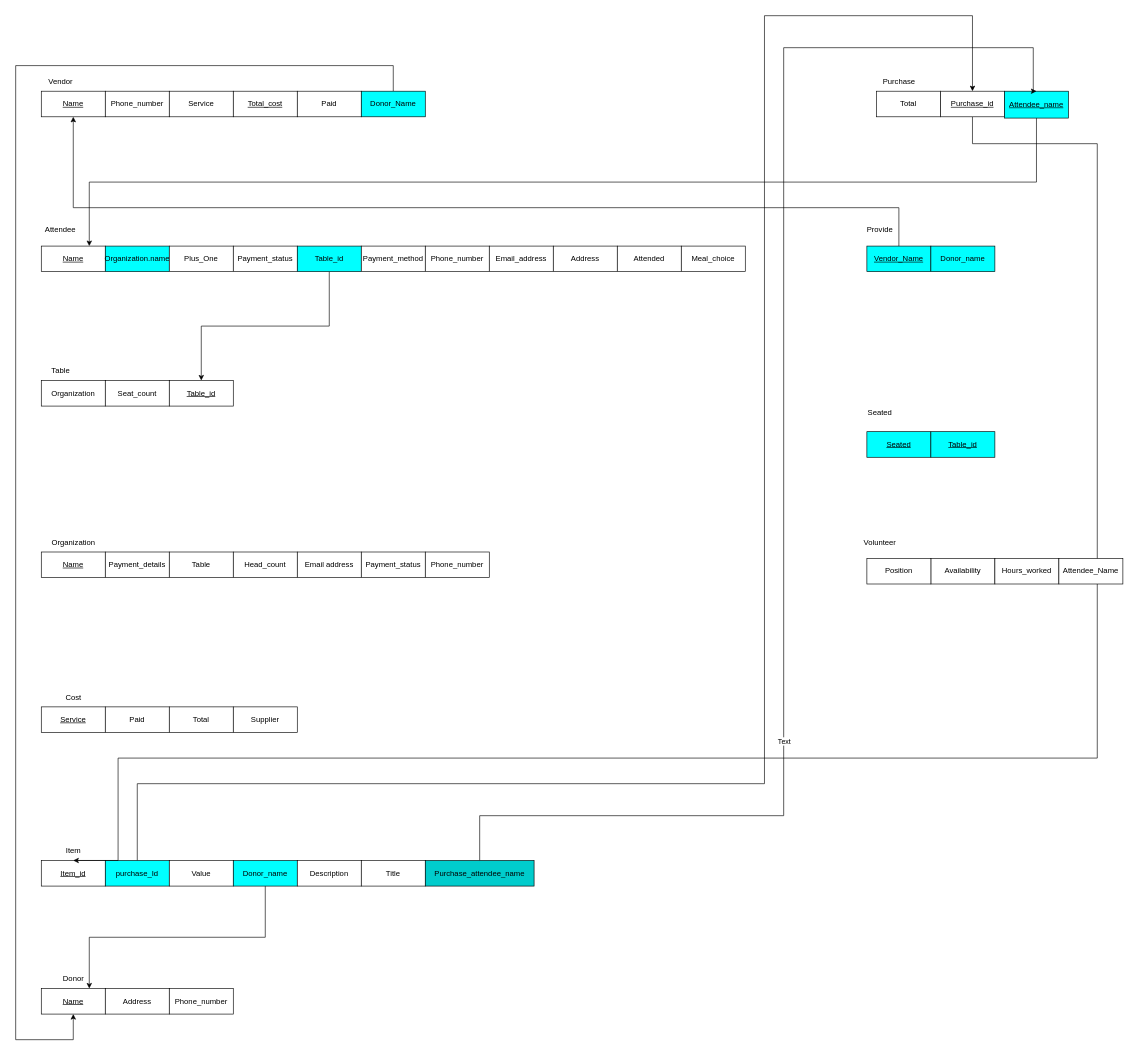
Above: RelationalModel.drawio in MigLyons/Draw.io (draw.io), before the change. Source tidied: cells renumbered, new cells numbered last; positions are measured from the earlier drawing's top-left corner, leaving out a move shared by most shapes. Both pictures are drawn from the tidied source at 64%, with x=0, y=0 at pixel (15, 15).
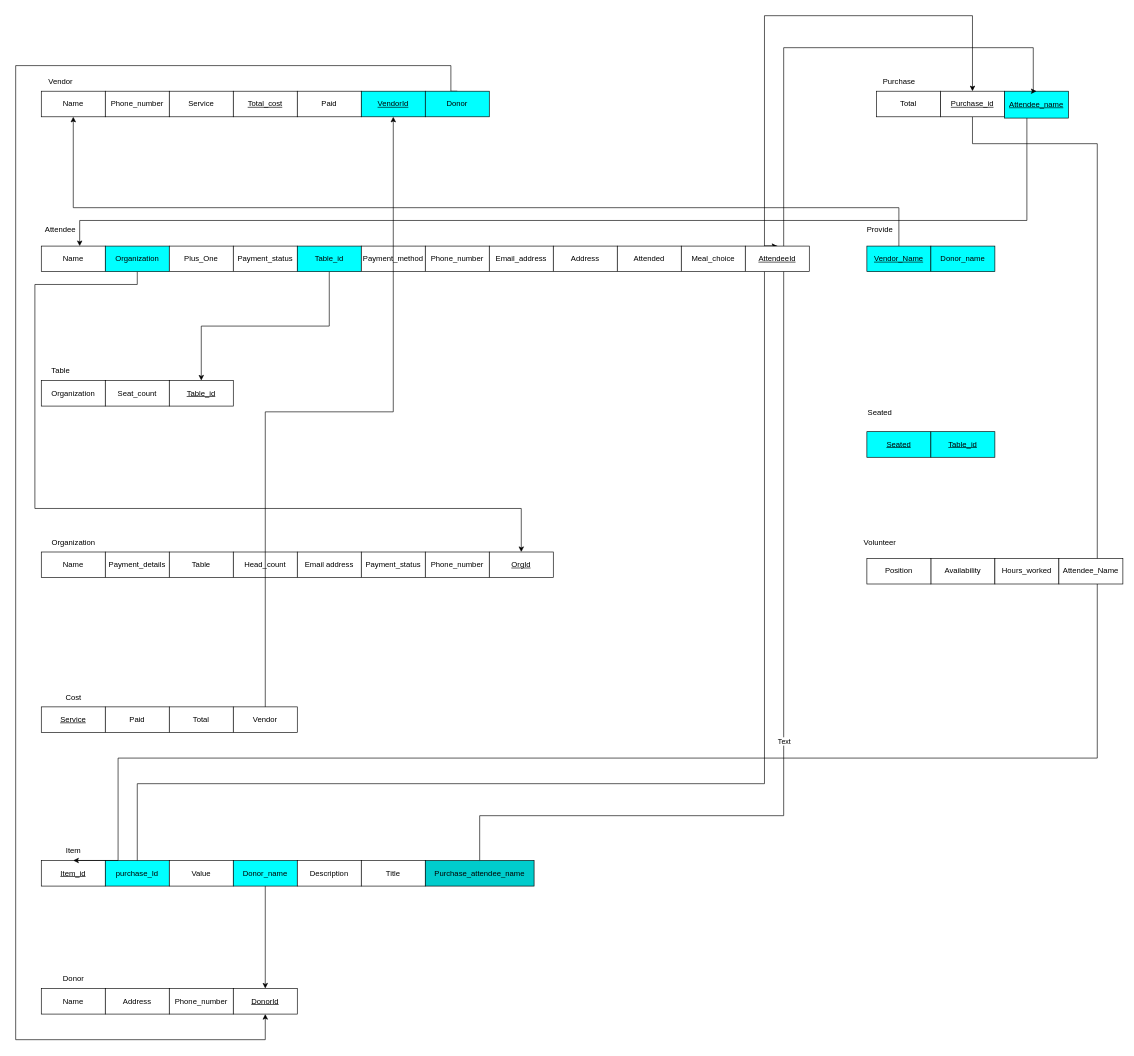
The same page after the edit.

The change refers to these unchanged cells:
```xml
<mxCell id="41" value="purchase_Id" style="rounded=0;whiteSpace=wrap;html=1;fillColor=#00FFFF;" parent="1" vertex="1">
  <mxGeometry x="140" y="1320" width="100" height="40" as="geometry" />
</mxCell>
<mxCell id="44" value="Donor_name" style="rounded=0;whiteSpace=wrap;html=1;fillColor=#00FFFF;" parent="1" vertex="1">
  <mxGeometry x="340" y="1320" width="100" height="40" as="geometry" />
</mxCell>
<mxCell id="53" value="&lt;u&gt;Purchase_id&lt;/u&gt;" style="rounded=0;whiteSpace=wrap;html=1;" parent="1" vertex="1">
  <mxGeometry x="1445" y="118" width="100" height="40" as="geometry" />
</mxCell>
<mxCell id="56" value="&lt;u&gt;Attendee_name&lt;/u&gt;" style="rounded=0;whiteSpace=wrap;html=1;fillColor=#00FFFF;" parent="1" vertex="1">
  <mxGeometry x="1545" y="118" width="100" height="42" as="geometry" />
</mxCell>
```

Change to the diagram source:
```diff
@@
-    <mxCell id="2" value="&lt;u&gt;Name&lt;/u&gt;" style="rounded=0;whiteSpace=wrap;html=1;" parent="1" vertex="1">
+    <mxCell id="2" value="Name" style="rounded=0;whiteSpace=wrap;html=1;" parent="1" vertex="1">
       <mxGeometry x="40" y="360" width="100" height="40" as="geometry" />
     </mxCell>
@@
+    <mxCell id="74" style="edgeStyle=orthogonalEdgeStyle;rounded=0;jettySize=auto;html=1;exitX=0.5;exitY=1;exitDx=0;exitDy=0;entryX=0.5;entryY=0;entryDx=0;entryDy=0;" parent="1" edge="1" source="4" target="76">
+      <mxGeometry relative="1" as="geometry">
+        <Array as="points">
+          <mxPoint x="190" y="420" />
+          <mxPoint x="30" y="420" />
+          <mxPoint x="30" y="770" />
+          <mxPoint x="790" y="770" />
+        </Array>
+      </mxGeometry>
+    </mxCell>
-    <mxCell id="4" value="Organization.name" style="rounded=0;whiteSpace=wrap;html=1;fillColor=#00FFFF;" parent="1" vertex="1">
+    <mxCell id="4" value="Organization" style="rounded=0;whiteSpace=wrap;html=1;fillColor=#00FFFF;" parent="1" vertex="1">
       <mxGeometry x="140" y="360" width="100" height="40" as="geometry" />
     </mxCell>
@@
-    <mxCell id="20" value="&lt;u&gt;Name&lt;/u&gt;" style="rounded=0;whiteSpace=wrap;html=1;" parent="1" vertex="1">
+    <mxCell id="20" value="Name" style="rounded=0;whiteSpace=wrap;html=1;" parent="1" vertex="1">
       <mxGeometry x="40" y="838" width="100" height="40" as="geometry" />
     </mxCell>
@@
-    <mxCell id="32" value="Supplier" style="rounded=0;whiteSpace=wrap;html=1;" parent="1" vertex="1">
+    <mxCell id="32" value="Vendor" style="rounded=0;whiteSpace=wrap;html=1;" parent="1" vertex="1">
       <mxGeometry x="340" y="1080" width="100" height="40" as="geometry" />
     </mxCell>
@@
-    <mxCell id="34" value="&lt;u&gt;Name&lt;/u&gt;" style="rounded=0;whiteSpace=wrap;html=1;" parent="1" vertex="1">
+    <mxCell id="34" value="Name" style="rounded=0;whiteSpace=wrap;html=1;" parent="1" vertex="1">
       <mxGeometry x="40" y="118" width="100" height="40" as="geometry" />
     </mxCell>
@@
-    <mxCell id="40" style="edgeStyle=orthogonalEdgeStyle;rounded=0;jettySize=auto;html=1;exitX=0.5;exitY=0;exitDx=0;exitDy=0;entryX=0.5;entryY=0;entryDx=0;entryDy=0;" parent="1" edge="1" source="41" target="53">
+    <mxCell id="40" style="edgeStyle=orthogonalEdgeStyle;rounded=0;jettySize=auto;html=1;exitX=0.5;exitY=0;exitDx=0;exitDy=0;entryX=0.5;entryY=0;entryDx=0;entryDy=0;" parent="1" edge="1" source="78" target="53">
       <mxGeometry relative="1" as="geometry">
         <Array as="points">
-          <mxPoint x="190" y="1200" />
-          <mxPoint x="1170" y="1200" />
           <mxPoint x="1170" />
           <mxPoint x="1495" />
         </Array>
       </mxGeometry>
     </mxCell>
@@
-    <mxCell id="43" style="edgeStyle=orthogonalEdgeStyle;rounded=0;jettySize=auto;html=1;exitX=0.5;exitY=1;exitDx=0;exitDy=0;entryX=0.75;entryY=0;entryDx=0;entryDy=0;" parent="1" edge="1" source="44" target="48">
+    <mxCell id="43" style="edgeStyle=orthogonalEdgeStyle;rounded=0;jettySize=auto;html=1;exitX=0.5;exitY=1;exitDx=0;exitDy=0;entryX=0.5;entryY=0;entryDx=0;entryDy=0;" parent="1" edge="1" source="44" target="75">
       <mxGeometry relative="1" as="geometry" />
     </mxCell>
@@
-    <mxCell id="48" value="&lt;u&gt;Name&lt;/u&gt;" style="rounded=0;whiteSpace=wrap;html=1;" parent="1" vertex="1">
+    <mxCell id="48" value="Name" style="rounded=0;whiteSpace=wrap;html=1;" parent="1" vertex="1">
       <mxGeometry x="40" y="1520" width="100" height="40" as="geometry" />
     </mxCell>
@@
-    <mxCell id="55" style="edgeStyle=orthogonalEdgeStyle;rounded=0;jettySize=auto;html=1;exitX=0.5;exitY=1;exitDx=0;exitDy=0;entryX=0.75;entryY=0;entryDx=0;entryDy=0;" parent="1" edge="1" source="56" target="2">
-      <mxGeometry relative="1" as="geometry" />
+    <mxCell id="55" style="edgeStyle=orthogonalEdgeStyle;rounded=0;orthogonalLoop=1;jettySize=auto;html=1;exitX=0.5;exitY=1;exitDx=0;exitDy=0;entryX=0.75;entryY=0;entryDx=0;entryDy=0;" parent="1" edge="1">
+      <mxGeometry relative="1" as="geometry">
+        <mxPoint x="1580" y="160" as="sourcePoint" />
+        <mxPoint x="100" y="360" as="targetPoint" />
+        <Array as="points">
+          <mxPoint x="1580" y="320" />
+          <mxPoint x="100" y="320" />
+        </Array>
+      </mxGeometry>
     </mxCell>
@@
-    <mxCell id="65" style="edgeStyle=orthogonalEdgeStyle;rounded=0;jettySize=auto;html=1;exitX=0.5;exitY=0;exitDx=0;exitDy=0;entryX=0.5;entryY=1;entryDx=0;entryDy=0;" parent="1" edge="1" source="66" target="48">
+    <mxCell id="65" style="edgeStyle=orthogonalEdgeStyle;rounded=0;jettySize=auto;html=1;exitX=0.5;exitY=0;exitDx=0;exitDy=0;entryX=0.5;entryY=1;entryDx=0;entryDy=0;" parent="1" edge="1" source="80" target="75">
       <mxGeometry relative="1" as="geometry">
         <Array as="points">
-          <mxPoint x="590" y="78" />
+          <mxPoint x="680" y="118" />
+          <mxPoint x="680" y="78" />
           <mxPoint y="78" />
           <mxPoint y="1600" />
-          <mxPoint x="90" y="1600" />
+          <mxPoint x="390" y="1600" />
         </Array>
       </mxGeometry>
     </mxCell>
-    <mxCell id="66" value="Donor_Name" style="rounded=0;whiteSpace=wrap;html=1;fillColor=#00FFFF;" parent="1" vertex="1">
+    <mxCell id="66" value="&lt;u&gt;VendorId&lt;/u&gt;" style="rounded=0;whiteSpace=wrap;html=1;fillColor=#00FFFF;" parent="1" vertex="1">
       <mxGeometry x="540" y="118" width="100" height="40" as="geometry" />
     </mxCell>
@@
+    <mxCell id="75" value="&lt;u&gt;DonorId&lt;/u&gt;" style="rounded=0;whiteSpace=wrap;html=1;" parent="1" vertex="1">
+      <mxGeometry x="340" y="1520" width="100" height="40" as="geometry" />
+    </mxCell>
+    <mxCell id="76" value="&lt;u&gt;OrgId&lt;/u&gt;" style="rounded=0;whiteSpace=wrap;html=1;" parent="1" vertex="1">
+      <mxGeometry x="740" y="838" width="100" height="40" as="geometry" />
+    </mxCell>
+    <mxCell id="77" style="edgeStyle=orthogonalEdgeStyle;rounded=0;jettySize=auto;html=1;exitX=0.5;exitY=0;exitDx=0;exitDy=0;entryX=0.5;entryY=0;entryDx=0;entryDy=0;" parent="1" edge="1" source="41" target="78">
+      <mxGeometry relative="1" as="geometry">
+        <Array as="points">
+          <mxPoint x="190" y="1200" />
+          <mxPoint x="1170" y="1200" />
+        </Array>
+      </mxGeometry>
+    </mxCell>
+    <mxCell id="78" value="&lt;u&gt;AttendeeId&lt;/u&gt;" style="rounded=0;whiteSpace=wrap;html=1;" parent="1" vertex="1">
+      <mxGeometry x="1140" y="360" width="100" height="40" as="geometry" />
+    </mxCell>
+    <mxCell id="79" style="edgeStyle=orthogonalEdgeStyle;rounded=0;jettySize=auto;html=1;exitX=0.5;exitY=0;exitDx=0;exitDy=0;entryX=0.5;entryY=1;entryDx=0;entryDy=0;" parent="1" edge="1" source="32" target="66">
+      <mxGeometry relative="1" as="geometry" />
+    </mxCell>
+    <mxCell id="80" value="Donor" style="rounded=0;whiteSpace=wrap;html=1;fillColor=#00FFFF;" parent="1" vertex="1">
+      <mxGeometry x="640" y="118" width="100" height="40" as="geometry" />
+    </mxCell>
```
